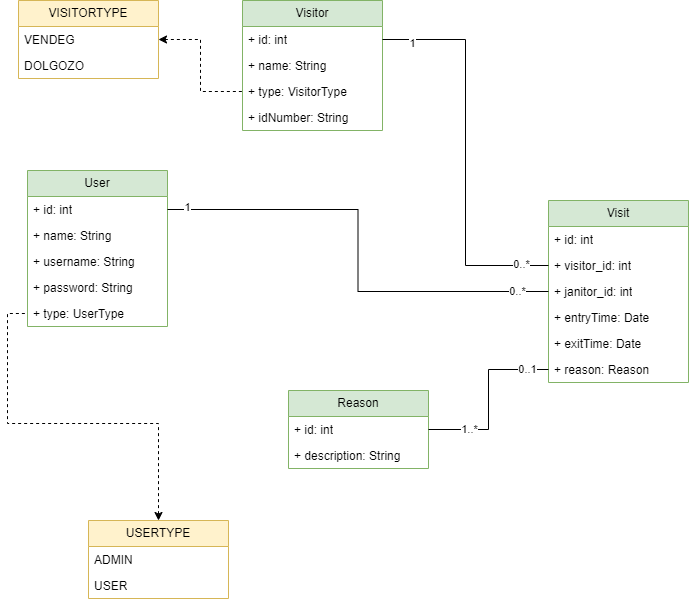
The draw.io diagram documentation/backend/database.png in Dominiqueque0/Vizsgaremek-Belepteto, before a commit. Source tidied: cells renumbered, new cells last; positions are measured from the earlier drawing's top-left corner, leaving out a move shared by most shapes. The source it was exported from:
```xml
<mxGraphModel>
  <root>
    <mxCell id="0" />
    <mxCell id="1" parent="0" />
    <mxCell id="2" value="Visit" style="swimlane;fontStyle=0;horizontal=1;startSize=26;fillColor=#d5e8d4;whiteSpace=wrap;html=1;strokeColor=#82b366;" parent="1" vertex="1">
      <mxGeometry x="530" y="200" width="140" height="182" as="geometry" />
    </mxCell>
    <mxCell id="3" value="+ id: int" style="text;strokeColor=none;fillColor=none;align=left;verticalAlign=top;spacingLeft=4;spacingRight=4;overflow=hidden;whiteSpace=wrap;html=1;" parent="2" vertex="1">
      <mxGeometry y="26" width="140" height="26" as="geometry" />
    </mxCell>
    <mxCell id="4" value="+ visitor_id: int" style="text;strokeColor=none;fillColor=none;align=left;verticalAlign=top;spacingLeft=4;spacingRight=4;overflow=hidden;points=[[0,0.5],[1,0.5]];portConstraint=eastwest;whiteSpace=wrap;html=1;" parent="2" vertex="1">
      <mxGeometry y="52" width="140" height="26" as="geometry" />
    </mxCell>
    <mxCell id="5" value="+ janitor_id: int" style="text;strokeColor=none;fillColor=none;align=left;verticalAlign=top;spacingLeft=4;spacingRight=4;overflow=hidden;points=[[0,0.5],[1,0.5]];portConstraint=eastwest;whiteSpace=wrap;html=1;" parent="2" vertex="1">
      <mxGeometry y="78" width="140" height="26" as="geometry" />
    </mxCell>
    <mxCell id="6" value="+ entryTime: Date" style="text;strokeColor=none;fillColor=none;align=left;verticalAlign=top;spacingLeft=4;spacingRight=4;overflow=hidden;whiteSpace=wrap;html=1;" parent="2" vertex="1">
      <mxGeometry y="104" width="140" height="26" as="geometry" />
    </mxCell>
    <mxCell id="7" value="+ exitTime: Date" style="text;strokeColor=none;fillColor=none;align=left;verticalAlign=top;spacingLeft=4;spacingRight=4;overflow=hidden;whiteSpace=wrap;html=1;" parent="2" vertex="1">
      <mxGeometry y="130" width="140" height="26" as="geometry" />
    </mxCell>
    <mxCell id="8" value="+ reason: Reason" style="text;strokeColor=none;fillColor=none;align=left;verticalAlign=top;spacingLeft=4;spacingRight=4;overflow=hidden;points=[[0,0.5],[1,0.5]];portConstraint=eastwest;whiteSpace=wrap;html=1;" parent="2" vertex="1">
      <mxGeometry y="156" width="140" height="26" as="geometry" />
    </mxCell>
    <mxCell id="9" value="Visitor" style="swimlane;fontStyle=0;horizontal=1;startSize=26;fillColor=#d5e8d4;whiteSpace=wrap;html=1;strokeColor=#82b366;" parent="1" vertex="1">
      <mxGeometry x="224" width="140" height="130" as="geometry" />
    </mxCell>
    <mxCell id="10" value="+ id: int" style="text;strokeColor=none;fillColor=none;align=left;verticalAlign=top;spacingLeft=4;spacingRight=4;overflow=hidden;points=[[0,0.5],[1,0.5]];portConstraint=eastwest;whiteSpace=wrap;html=1;" parent="9" vertex="1">
      <mxGeometry y="26" width="140" height="26" as="geometry" />
    </mxCell>
    <mxCell id="11" value="+ name: String" style="text;strokeColor=none;fillColor=none;align=left;verticalAlign=top;spacingLeft=4;spacingRight=4;overflow=hidden;whiteSpace=wrap;html=1;" parent="9" vertex="1">
      <mxGeometry y="52" width="140" height="26" as="geometry" />
    </mxCell>
    <mxCell id="12" value="+ type: VisitorType" style="text;strokeColor=none;fillColor=none;align=left;verticalAlign=top;spacingLeft=4;spacingRight=4;overflow=hidden;points=[[0,0.5],[1,0.5]];portConstraint=eastwest;whiteSpace=wrap;html=1;" parent="9" vertex="1">
      <mxGeometry y="78" width="140" height="26" as="geometry" />
    </mxCell>
    <mxCell id="13" value="+ idNumber: String" style="text;strokeColor=none;fillColor=none;align=left;verticalAlign=top;spacingLeft=4;spacingRight=4;overflow=hidden;whiteSpace=wrap;html=1;" parent="9" vertex="1">
      <mxGeometry y="104" width="140" height="26" as="geometry" />
    </mxCell>
    <mxCell id="14" value="Reason" style="swimlane;fontStyle=0;horizontal=1;startSize=26;fillColor=#d5e8d4;whiteSpace=wrap;html=1;strokeColor=#82b366;" parent="1" vertex="1">
      <mxGeometry x="270" y="390" width="140" height="78" as="geometry" />
    </mxCell>
    <mxCell id="15" value="+ id: int" style="text;strokeColor=none;fillColor=none;align=left;verticalAlign=top;spacingLeft=4;spacingRight=4;overflow=hidden;points=[[0,0.5],[1,0.5]];portConstraint=eastwest;whiteSpace=wrap;html=1;" parent="14" vertex="1">
      <mxGeometry y="26" width="140" height="26" as="geometry" />
    </mxCell>
    <mxCell id="16" value="+ description: String" style="text;strokeColor=none;fillColor=none;align=left;verticalAlign=top;spacingLeft=4;spacingRight=4;overflow=hidden;whiteSpace=wrap;html=1;" parent="14" vertex="1">
      <mxGeometry y="52" width="140" height="26" as="geometry" />
    </mxCell>
    <mxCell id="17" value="User" style="swimlane;fontStyle=0;horizontal=1;startSize=26;fillColor=#d5e8d4;whiteSpace=wrap;html=1;strokeColor=#82b366;" parent="1" vertex="1">
      <mxGeometry x="9" y="170" width="140" height="156" as="geometry" />
    </mxCell>
    <mxCell id="18" value="+ id: int" style="text;strokeColor=none;fillColor=none;align=left;verticalAlign=top;spacingLeft=4;spacingRight=4;overflow=hidden;points=[[0,0.5],[1,0.5]];portConstraint=eastwest;whiteSpace=wrap;html=1;" parent="17" vertex="1">
      <mxGeometry y="26" width="140" height="26" as="geometry" />
    </mxCell>
    <mxCell id="19" value="+ name: String" style="text;strokeColor=none;fillColor=none;align=left;verticalAlign=top;spacingLeft=4;spacingRight=4;overflow=hidden;whiteSpace=wrap;html=1;" parent="17" vertex="1">
      <mxGeometry y="52" width="140" height="26" as="geometry" />
    </mxCell>
    <mxCell id="20" value="+ username: String" style="text;strokeColor=none;fillColor=none;align=left;verticalAlign=top;spacingLeft=4;spacingRight=4;overflow=hidden;whiteSpace=wrap;html=1;" parent="17" vertex="1">
      <mxGeometry y="78" width="140" height="26" as="geometry" />
    </mxCell>
    <mxCell id="21" value="+ password: String" style="text;strokeColor=none;fillColor=none;align=left;verticalAlign=top;spacingLeft=4;spacingRight=4;overflow=hidden;whiteSpace=wrap;html=1;" parent="17" vertex="1">
      <mxGeometry y="104" width="140" height="26" as="geometry" />
    </mxCell>
    <mxCell id="22" value="+ type: UserType" style="text;strokeColor=none;fillColor=none;align=left;verticalAlign=top;spacingLeft=4;spacingRight=4;overflow=hidden;points=[[0,0.5],[1,0.5]];portConstraint=eastwest;whiteSpace=wrap;html=1;" parent="17" vertex="1">
      <mxGeometry y="130" width="140" height="26" as="geometry" />
    </mxCell>
    <mxCell id="23" style="edgeStyle=orthogonalEdgeStyle;rounded=0;jettySize=auto;html=1;entryX=0;entryY=0.5;entryDx=0;entryDy=0;endArrow=none;endFill=0;dashed=1;startArrow=classic;startFill=1;" parent="1" edge="1" source="24" target="22">
      <mxGeometry relative="1" as="geometry" />
    </mxCell>
    <mxCell id="24" value="USERTYPE" style="swimlane;fontStyle=0;horizontal=1;startSize=26;fillColor=#fff2cc;whiteSpace=wrap;html=1;strokeColor=#d6b656;" parent="1" vertex="1">
      <mxGeometry x="70" y="520" width="140" height="78" as="geometry" />
    </mxCell>
    <mxCell id="25" value="ADMIN" style="text;strokeColor=none;fillColor=none;align=left;verticalAlign=top;spacingLeft=4;spacingRight=4;overflow=hidden;whiteSpace=wrap;html=1;" parent="24" vertex="1">
      <mxGeometry y="26" width="140" height="26" as="geometry" />
    </mxCell>
    <mxCell id="26" value="USER" style="text;strokeColor=none;fillColor=none;align=left;verticalAlign=top;spacingLeft=4;spacingRight=4;overflow=hidden;whiteSpace=wrap;html=1;" parent="24" vertex="1">
      <mxGeometry y="52" width="140" height="26" as="geometry" />
    </mxCell>
    <mxCell id="27" style="edgeStyle=orthogonalEdgeStyle;rounded=0;jettySize=auto;html=1;entryX=0;entryY=0.5;entryDx=0;entryDy=0;endArrow=none;endFill=0;dashed=1;startArrow=classic;startFill=1;" parent="1" edge="1" source="28" target="12">
      <mxGeometry relative="1" as="geometry" />
    </mxCell>
    <mxCell id="28" value="VISITORTYPE" style="swimlane;fontStyle=0;horizontal=1;startSize=26;fillColor=#fff2cc;whiteSpace=wrap;html=1;strokeColor=#d6b656;" parent="1" vertex="1">
      <mxGeometry width="140" height="78" as="geometry" />
    </mxCell>
    <mxCell id="29" value="VENDEG" style="text;strokeColor=none;fillColor=none;align=left;verticalAlign=top;spacingLeft=4;spacingRight=4;overflow=hidden;whiteSpace=wrap;html=1;" parent="28" vertex="1">
      <mxGeometry y="26" width="140" height="26" as="geometry" />
    </mxCell>
    <mxCell id="30" value="DOLGOZO" style="text;strokeColor=none;fillColor=none;align=left;verticalAlign=top;spacingLeft=4;spacingRight=4;overflow=hidden;whiteSpace=wrap;html=1;" parent="28" vertex="1">
      <mxGeometry y="52" width="140" height="26" as="geometry" />
    </mxCell>
    <mxCell id="31" style="edgeStyle=orthogonalEdgeStyle;rounded=0;jettySize=auto;html=1;endArrow=none;endFill=0;" parent="1" edge="1" source="15" target="8">
      <mxGeometry relative="1" as="geometry" />
    </mxCell>
    <mxCell id="32" value="1..*" style="edgeLabel;html=1;align=center;verticalAlign=middle;" parent="31" vertex="1">
      <mxGeometry x="-0.56" y="1" relative="1" as="geometry" />
    </mxCell>
    <mxCell id="33" value="0..1" style="edgeLabel;html=1;align=center;verticalAlign=middle;" parent="31" vertex="1">
      <mxGeometry x="0.76" y="1" relative="1" as="geometry" />
    </mxCell>
    <mxCell id="34" style="edgeStyle=orthogonalEdgeStyle;rounded=0;jettySize=auto;html=1;endArrow=none;endFill=0;" parent="1" edge="1" source="18" target="5">
      <mxGeometry relative="1" as="geometry" />
    </mxCell>
    <mxCell id="35" value="1" style="edgeLabel;html=1;align=center;verticalAlign=middle;" parent="34" vertex="1">
      <mxGeometry x="-0.92" y="3" relative="1" as="geometry" />
    </mxCell>
    <mxCell id="36" value="0..*" style="edgeLabel;html=1;align=center;verticalAlign=middle;" parent="34" vertex="1">
      <mxGeometry x="0.86" y="1" relative="1" as="geometry" />
    </mxCell>
    <mxCell id="37" style="edgeStyle=orthogonalEdgeStyle;rounded=0;jettySize=auto;html=1;entryX=0;entryY=0.5;entryDx=0;entryDy=0;endArrow=none;endFill=0;" parent="1" edge="1" source="10" target="4">
      <mxGeometry relative="1" as="geometry" />
    </mxCell>
    <mxCell id="38" value="1" style="edgeLabel;html=1;align=center;verticalAlign=middle;" parent="37" vertex="1">
      <mxGeometry x="-0.85" y="-3" relative="1" as="geometry" />
    </mxCell>
    <mxCell id="39" value="0..*" style="edgeLabel;html=1;align=center;verticalAlign=middle;" parent="37" vertex="1">
      <mxGeometry x="0.86" y="2" relative="1" as="geometry" />
    </mxCell>
  </root>
</mxGraphModel>
```
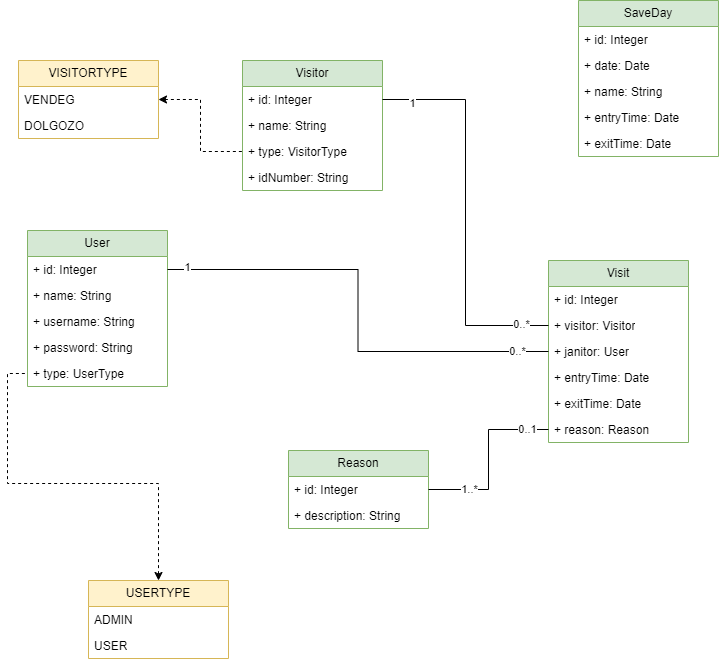
Above is the later version.

Commit message:
database kép javítás

The edit, as a diff of the source:
```diff
@@ -5,13 +5,13 @@
     <mxCell id="2" value="Visit" style="swimlane;fontStyle=0;horizontal=1;startSize=26;fillColor=#d5e8d4;whiteSpace=wrap;html=1;strokeColor=#82b366;" parent="1" vertex="1">
       <mxGeometry x="530" y="200" width="140" height="182" as="geometry" />
     </mxCell>
-    <mxCell id="3" value="+ id: int" style="text;strokeColor=none;fillColor=none;align=left;verticalAlign=top;spacingLeft=4;spacingRight=4;overflow=hidden;whiteSpace=wrap;html=1;" parent="2" vertex="1">
+    <mxCell id="3" value="+ id: Integer" style="text;strokeColor=none;fillColor=none;align=left;verticalAlign=top;spacingLeft=4;spacingRight=4;overflow=hidden;whiteSpace=wrap;html=1;" parent="2" vertex="1">
       <mxGeometry y="26" width="140" height="26" as="geometry" />
     </mxCell>
-    <mxCell id="4" value="+ visitor_id: int" style="text;strokeColor=none;fillColor=none;align=left;verticalAlign=top;spacingLeft=4;spacingRight=4;overflow=hidden;points=[[0,0.5],[1,0.5]];portConstraint=eastwest;whiteSpace=wrap;html=1;" parent="2" vertex="1">
+    <mxCell id="4" value="+ visitor: Visitor" style="text;strokeColor=none;fillColor=none;align=left;verticalAlign=top;spacingLeft=4;spacingRight=4;overflow=hidden;points=[[0,0.5],[1,0.5]];portConstraint=eastwest;whiteSpace=wrap;html=1;" parent="2" vertex="1">
       <mxGeometry y="52" width="140" height="26" as="geometry" />
     </mxCell>
-    <mxCell id="5" value="+ janitor_id: int" style="text;strokeColor=none;fillColor=none;align=left;verticalAlign=top;spacingLeft=4;spacingRight=4;overflow=hidden;points=[[0,0.5],[1,0.5]];portConstraint=eastwest;whiteSpace=wrap;html=1;" parent="2" vertex="1">
+    <mxCell id="5" value="+ janitor: User" style="text;strokeColor=none;fillColor=none;align=left;verticalAlign=top;spacingLeft=4;spacingRight=4;overflow=hidden;points=[[0,0.5],[1,0.5]];portConstraint=eastwest;whiteSpace=wrap;html=1;" parent="2" vertex="1">
       <mxGeometry y="78" width="140" height="26" as="geometry" />
     </mxCell>
     <mxCell id="6" value="+ entryTime: Date" style="text;strokeColor=none;fillColor=none;align=left;verticalAlign=top;spacingLeft=4;spacingRight=4;overflow=hidden;whiteSpace=wrap;html=1;" parent="2" vertex="1">
@@ -26,7 +26,7 @@
     <mxCell id="9" value="Visitor" style="swimlane;fontStyle=0;horizontal=1;startSize=26;fillColor=#d5e8d4;whiteSpace=wrap;html=1;strokeColor=#82b366;" parent="1" vertex="1">
       <mxGeometry x="224" width="140" height="130" as="geometry" />
     </mxCell>
-    <mxCell id="10" value="+ id: int" style="text;strokeColor=none;fillColor=none;align=left;verticalAlign=top;spacingLeft=4;spacingRight=4;overflow=hidden;points=[[0,0.5],[1,0.5]];portConstraint=eastwest;whiteSpace=wrap;html=1;" parent="9" vertex="1">
+    <mxCell id="10" value="+ id: Integer" style="text;strokeColor=none;fillColor=none;align=left;verticalAlign=top;spacingLeft=4;spacingRight=4;overflow=hidden;points=[[0,0.5],[1,0.5]];portConstraint=eastwest;whiteSpace=wrap;html=1;" parent="9" vertex="1">
       <mxGeometry y="26" width="140" height="26" as="geometry" />
     </mxCell>
     <mxCell id="11" value="+ name: String" style="text;strokeColor=none;fillColor=none;align=left;verticalAlign=top;spacingLeft=4;spacingRight=4;overflow=hidden;whiteSpace=wrap;html=1;" parent="9" vertex="1">
@@ -41,7 +41,7 @@
     <mxCell id="14" value="Reason" style="swimlane;fontStyle=0;horizontal=1;startSize=26;fillColor=#d5e8d4;whiteSpace=wrap;html=1;strokeColor=#82b366;" parent="1" vertex="1">
       <mxGeometry x="270" y="390" width="140" height="78" as="geometry" />
     </mxCell>
-    <mxCell id="15" value="+ id: int" style="text;strokeColor=none;fillColor=none;align=left;verticalAlign=top;spacingLeft=4;spacingRight=4;overflow=hidden;points=[[0,0.5],[1,0.5]];portConstraint=eastwest;whiteSpace=wrap;html=1;" parent="14" vertex="1">
+    <mxCell id="15" value="+ id: Integer" style="text;strokeColor=none;fillColor=none;align=left;verticalAlign=top;spacingLeft=4;spacingRight=4;overflow=hidden;points=[[0,0.5],[1,0.5]];portConstraint=eastwest;whiteSpace=wrap;html=1;" parent="14" vertex="1">
       <mxGeometry y="26" width="140" height="26" as="geometry" />
     </mxCell>
     <mxCell id="16" value="+ description: String" style="text;strokeColor=none;fillColor=none;align=left;verticalAlign=top;spacingLeft=4;spacingRight=4;overflow=hidden;whiteSpace=wrap;html=1;" parent="14" vertex="1">
@@ -50,7 +50,7 @@
     <mxCell id="17" value="User" style="swimlane;fontStyle=0;horizontal=1;startSize=26;fillColor=#d5e8d4;whiteSpace=wrap;html=1;strokeColor=#82b366;" parent="1" vertex="1">
       <mxGeometry x="9" y="170" width="140" height="156" as="geometry" />
     </mxCell>
-    <mxCell id="18" value="+ id: int" style="text;strokeColor=none;fillColor=none;align=left;verticalAlign=top;spacingLeft=4;spacingRight=4;overflow=hidden;points=[[0,0.5],[1,0.5]];portConstraint=eastwest;whiteSpace=wrap;html=1;" parent="17" vertex="1">
+    <mxCell id="18" value="+ id: Integer" style="text;strokeColor=none;fillColor=none;align=left;verticalAlign=top;spacingLeft=4;spacingRight=4;overflow=hidden;points=[[0,0.5],[1,0.5]];portConstraint=eastwest;whiteSpace=wrap;html=1;" parent="17" vertex="1">
       <mxGeometry y="26" width="140" height="26" as="geometry" />
     </mxCell>
     <mxCell id="19" value="+ name: String" style="text;strokeColor=none;fillColor=none;align=left;verticalAlign=top;spacingLeft=4;spacingRight=4;overflow=hidden;whiteSpace=wrap;html=1;" parent="17" vertex="1">
@@ -116,5 +116,23 @@
     <mxCell id="39" value="0..*" style="edgeLabel;html=1;align=center;verticalAlign=middle;" parent="37" vertex="1">
       <mxGeometry x="0.86" y="2" relative="1" as="geometry" />
     </mxCell>
+    <mxCell id="40" value="SaveDay" style="swimlane;fontStyle=0;horizontal=1;startSize=26;fillColor=#d5e8d4;whiteSpace=wrap;html=1;strokeColor=#82b366;" parent="1" vertex="1">
+      <mxGeometry x="560" y="-60" width="140" height="156" as="geometry" />
+    </mxCell>
+    <mxCell id="41" value="+ id: Integer" style="text;strokeColor=none;fillColor=none;align=left;verticalAlign=top;spacingLeft=4;spacingRight=4;overflow=hidden;whiteSpace=wrap;html=1;" parent="40" vertex="1">
+      <mxGeometry y="26" width="140" height="26" as="geometry" />
+    </mxCell>
+    <mxCell id="42" value="+ date: Date" style="text;strokeColor=none;fillColor=none;align=left;verticalAlign=top;spacingLeft=4;spacingRight=4;overflow=hidden;whiteSpace=wrap;html=1;" parent="40" vertex="1">
+      <mxGeometry y="52" width="140" height="26" as="geometry" />
+    </mxCell>
+    <mxCell id="43" value="+ name: String" style="text;strokeColor=none;fillColor=none;align=left;verticalAlign=top;spacingLeft=4;spacingRight=4;overflow=hidden;whiteSpace=wrap;html=1;" parent="40" vertex="1">
+      <mxGeometry y="78" width="140" height="26" as="geometry" />
+    </mxCell>
+    <mxCell id="44" value="+ entryTime: Date" style="text;strokeColor=none;fillColor=none;align=left;verticalAlign=top;spacingLeft=4;spacingRight=4;overflow=hidden;whiteSpace=wrap;html=1;" parent="40" vertex="1">
+      <mxGeometry y="104" width="140" height="26" as="geometry" />
+    </mxCell>
+    <mxCell id="45" value="+ exitTime: Date" style="text;strokeColor=none;fillColor=none;align=left;verticalAlign=top;spacingLeft=4;spacingRight=4;overflow=hidden;whiteSpace=wrap;html=1;" parent="40" vertex="1">
+      <mxGeometry y="130" width="140" height="26" as="geometry" />
+    </mxCell>
   </root>
 </mxGraphModel>
```
